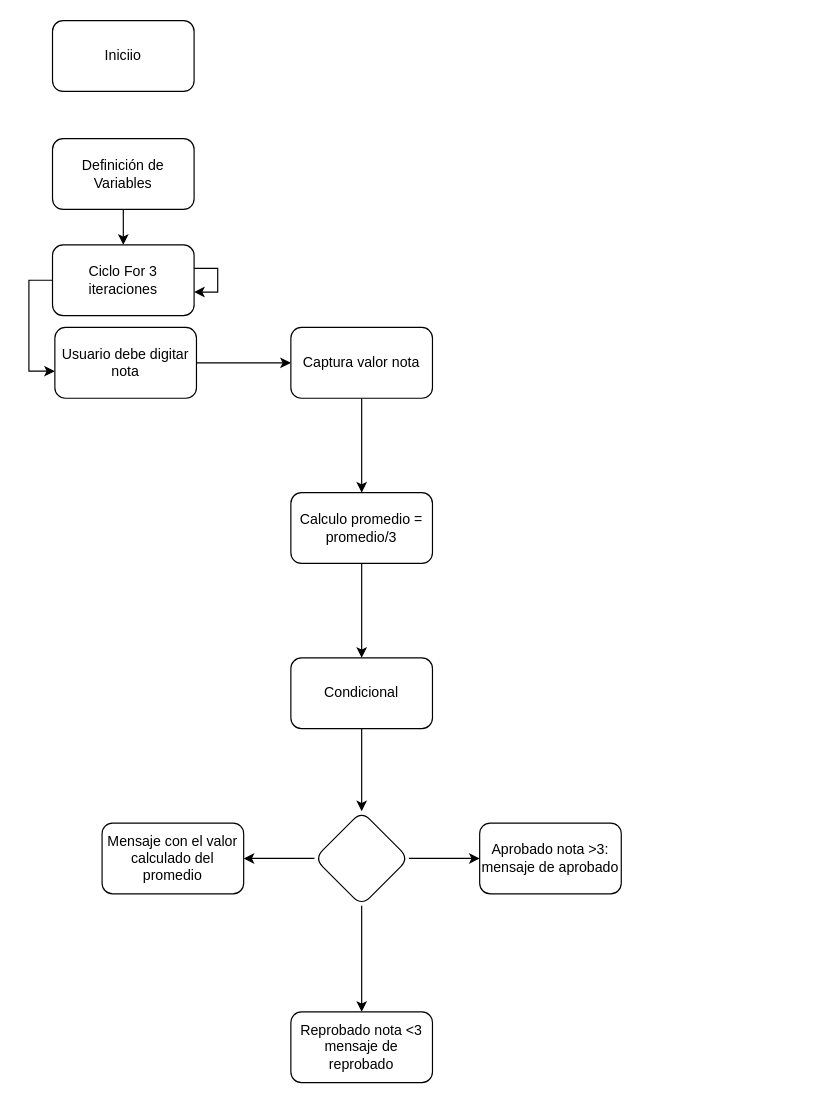
Above: PotenVectorial.drawio in Edwinb876/ElectivaIV (draw.io), before the change. Source tidied: cells renumbered, new cells numbered last; positions are measured from the earlier drawing's top-left corner, leaving out a move shared by most shapes. Both pictures are drawn from the tidied source at 118%, with x=0, y=0 at pixel (28, 20).
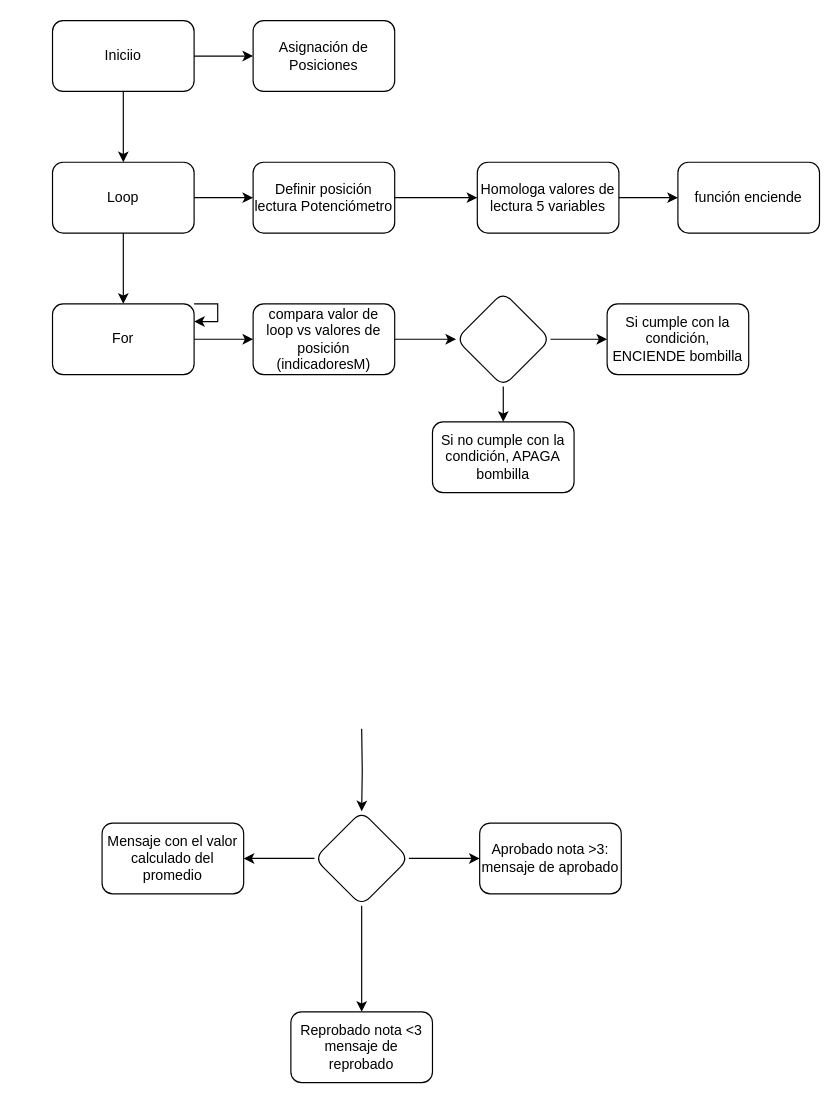
The same page after the edit.

Unchanged cells that the change refers to:
```xml
<mxCell id="6" value="Iniciio" style="rounded=1;whiteSpace=wrap;html=1;" parent="1" vertex="1">
  <mxGeometry x="20" width="120" height="60" as="geometry" />
</mxCell>
<mxCell id="19" style="rhombus;whiteSpace=wrap;html=1;rounded=1;" parent="1" vertex="1">
  <mxGeometry x="242" y="670" width="80" height="80" as="geometry" />
</mxCell>
```

Diff of the diagram source:
```diff
@@
-    <mxCell id="2" style="edgeStyle=orthogonalEdgeStyle;rounded=0;jettySize=auto;html=1;" parent="1" edge="1" source="3" target="13">
-      <mxGeometry relative="1" as="geometry" />
-    </mxCell>
-    <mxCell id="3" value="Captura valor nota" style="rounded=1;whiteSpace=wrap;html=1;" parent="1" vertex="1">
-      <mxGeometry x="222" y="260" width="120" height="60" as="geometry" />
-    </mxCell>
-    <mxCell id="4" style="edgeStyle=orthogonalEdgeStyle;rounded=0;jettySize=auto;html=1;" parent="1" edge="1" source="5" target="9">
-      <mxGeometry relative="1" as="geometry" />
-    </mxCell>
-    <mxCell id="5" value="Definición de Variables" style="rounded=1;whiteSpace=wrap;html=1;" parent="1" vertex="1">
-      <mxGeometry x="20" y="100" width="120" height="60" as="geometry" />
-    </mxCell>
+    <mxCell id="23" style="edgeStyle=orthogonalEdgeStyle;rounded=0;jettySize=auto;html=1;" parent="1" edge="1" source="6" target="27">
+      <mxGeometry relative="1" as="geometry" />
+    </mxCell>
+    <mxCell id="24" style="edgeStyle=orthogonalEdgeStyle;rounded=0;jettySize=auto;html=1;entryX=0.5;entryY=0;entryDx=0;entryDy=0;" parent="1" edge="1" source="6" target="9">
+      <mxGeometry relative="1" as="geometry" />
+    </mxCell>
@@
-    <mxCell id="7" style="edgeStyle=orthogonalEdgeStyle;rounded=0;jettySize=auto;html=1;entryX=0;entryY=0.617;entryDx=0;entryDy=0;entryPerimeter=0;" parent="1" edge="1" source="9" target="11">
-      <mxGeometry relative="1" as="geometry">
-        <Array as="points">
-          <mxPoint y="220" />
-          <mxPoint y="297" />
-        </Array>
-      </mxGeometry>
-    </mxCell>
-    <mxCell id="8" style="edgeStyle=orthogonalEdgeStyle;rounded=0;orthogonalLoop=1;jettySize=auto;html=1;" parent="1" edge="1" source="9" target="9">
-      <mxGeometry relative="1" as="geometry" />
+    <mxCell id="8" style="edgeStyle=orthogonalEdgeStyle;rounded=0;orthogonalLoop=1;jettySize=auto;html=1;entryX=1;entryY=0.25;entryDx=0;entryDy=0;exitX=1;exitY=0;exitDx=0;exitDy=0;" parent="1" edge="1" source="34" target="34">
+      <mxGeometry relative="1" as="geometry">
+        <Array as="points">
+          <mxPoint x="160" y="240" />
+          <mxPoint x="160" y="255" />
+        </Array>
+      </mxGeometry>
     </mxCell>
+    <mxCell id="25" style="edgeStyle=orthogonalEdgeStyle;rounded=0;jettySize=auto;html=1;" parent="1" edge="1" source="9" target="29">
+      <mxGeometry relative="1" as="geometry" />
+    </mxCell>
+    <mxCell id="26" style="edgeStyle=orthogonalEdgeStyle;rounded=0;jettySize=auto;html=1;entryX=0.5;entryY=0;entryDx=0;entryDy=0;" parent="1" edge="1" source="9" target="34">
+      <mxGeometry relative="1" as="geometry" />
+    </mxCell>
-    <mxCell id="9" value="Ciclo For 3 iteraciones" style="whiteSpace=wrap;html=1;rounded=1;" parent="1" vertex="1">
-      <mxGeometry x="20" y="190" width="120" height="60" as="geometry" />
+    <mxCell id="9" value="Loop" style="whiteSpace=wrap;html=1;rounded=1;" parent="1" vertex="1">
+      <mxGeometry x="20" y="120" width="120" height="60" as="geometry" />
     </mxCell>
-    <mxCell id="10" style="edgeStyle=orthogonalEdgeStyle;rounded=0;jettySize=auto;html=1;" parent="1" edge="1" source="11" target="3">
-      <mxGeometry relative="1" as="geometry" />
-    </mxCell>
-    <mxCell id="11" value="Usuario debe digitar nota" style="whiteSpace=wrap;html=1;rounded=1;" parent="1" vertex="1">
-      <mxGeometry x="22" y="260" width="120" height="60" as="geometry" />
-    </mxCell>
-    <mxCell id="12" style="edgeStyle=orthogonalEdgeStyle;rounded=0;jettySize=auto;html=1;" parent="1" edge="1" source="13" target="15">
-      <mxGeometry relative="1" as="geometry" />
-    </mxCell>
-    <mxCell id="13" value="Calculo promedio = promedio/3" style="whiteSpace=wrap;html=1;rounded=1;" parent="1" vertex="1">
-      <mxGeometry x="222" y="400" width="120" height="60" as="geometry" />
-    </mxCell>
-    <mxCell id="14" style="edgeStyle=orthogonalEdgeStyle;rounded=0;jettySize=auto;html=1;" parent="1" edge="1" source="15" target="19">
-      <mxGeometry relative="1" as="geometry" />
+    <mxCell id="14" style="edgeStyle=orthogonalEdgeStyle;rounded=0;jettySize=auto;html=1;" parent="1" edge="1" target="19">
+      <mxGeometry relative="1" as="geometry">
+        <mxPoint x="282" y="600" as="sourcePoint" />
+      </mxGeometry>
     </mxCell>
-    <mxCell id="15" value="Condicional&lt;br&gt;" style="whiteSpace=wrap;html=1;rounded=1;" parent="1" vertex="1">
-      <mxGeometry x="222" y="540" width="120" height="60" as="geometry" />
-    </mxCell>
@@
+    <mxCell id="27" value="Asignación de Posiciones" style="rounded=1;whiteSpace=wrap;html=1;" parent="1" vertex="1">
+      <mxGeometry x="190" width="120" height="60" as="geometry" />
+    </mxCell>
+    <mxCell id="28" style="edgeStyle=orthogonalEdgeStyle;rounded=0;jettySize=auto;html=1;" parent="1" edge="1" source="29" target="31">
+      <mxGeometry relative="1" as="geometry" />
+    </mxCell>
+    <mxCell id="29" value="&lt;span&gt;Definir posición lectura Potenciómetro&lt;/span&gt;" style="whiteSpace=wrap;html=1;rounded=1;" parent="1" vertex="1">
+      <mxGeometry x="190" y="120" width="120" height="60" as="geometry" />
+    </mxCell>
+    <mxCell id="30" style="edgeStyle=orthogonalEdgeStyle;rounded=0;jettySize=auto;html=1;" parent="1" edge="1" source="31" target="32">
+      <mxGeometry relative="1" as="geometry" />
+    </mxCell>
+    <mxCell id="31" value="Homologa valores de lectura 5 variables" style="whiteSpace=wrap;html=1;rounded=1;" parent="1" vertex="1">
+      <mxGeometry x="380" y="120" width="120" height="60" as="geometry" />
+    </mxCell>
+    <mxCell id="32" value="función enciende" style="whiteSpace=wrap;html=1;rounded=1;" parent="1" vertex="1">
+      <mxGeometry x="550" y="120" width="120" height="60" as="geometry" />
+    </mxCell>
+    <mxCell id="33" style="edgeStyle=orthogonalEdgeStyle;rounded=0;jettySize=auto;html=1;" parent="1" edge="1" source="34" target="36">
+      <mxGeometry relative="1" as="geometry" />
+    </mxCell>
+    <mxCell id="34" value="For" style="whiteSpace=wrap;html=1;rounded=1;" parent="1" vertex="1">
+      <mxGeometry x="20" y="240" width="120" height="60" as="geometry" />
+    </mxCell>
+    <mxCell id="35" style="edgeStyle=orthogonalEdgeStyle;rounded=0;jettySize=auto;html=1;" parent="1" edge="1" source="36" target="40">
+      <mxGeometry relative="1" as="geometry" />
+    </mxCell>
+    <mxCell id="36" value="compara valor de loop vs valores de posición (indicadoresM)" style="whiteSpace=wrap;html=1;rounded=1;" parent="1" vertex="1">
+      <mxGeometry x="190" y="240" width="120" height="60" as="geometry" />
+    </mxCell>
+    <mxCell id="37" value="Si cumple con la condición, ENCIENDE bombilla" style="whiteSpace=wrap;html=1;rounded=1;" parent="1" vertex="1">
+      <mxGeometry x="490" y="240" width="120" height="60" as="geometry" />
+    </mxCell>
+    <mxCell id="38" style="edgeStyle=orthogonalEdgeStyle;rounded=0;jettySize=auto;html=1;" parent="1" edge="1" source="40" target="41">
+      <mxGeometry relative="1" as="geometry" />
+    </mxCell>
+    <mxCell id="39" style="edgeStyle=orthogonalEdgeStyle;rounded=0;jettySize=auto;html=1;" parent="1" edge="1" source="40" target="37">
+      <mxGeometry relative="1" as="geometry" />
+    </mxCell>
+    <mxCell id="40" style="rhombus;whiteSpace=wrap;html=1;rounded=1;" parent="1" vertex="1">
+      <mxGeometry x="362" y="230" width="80" height="80" as="geometry" />
+    </mxCell>
+    <mxCell id="41" value="&lt;span&gt;Si no cumple con la condición, APAGA bombilla&lt;/span&gt;" style="whiteSpace=wrap;html=1;rounded=1;" parent="1" vertex="1">
+      <mxGeometry x="342" y="340" width="120" height="60" as="geometry" />
+    </mxCell>
```
